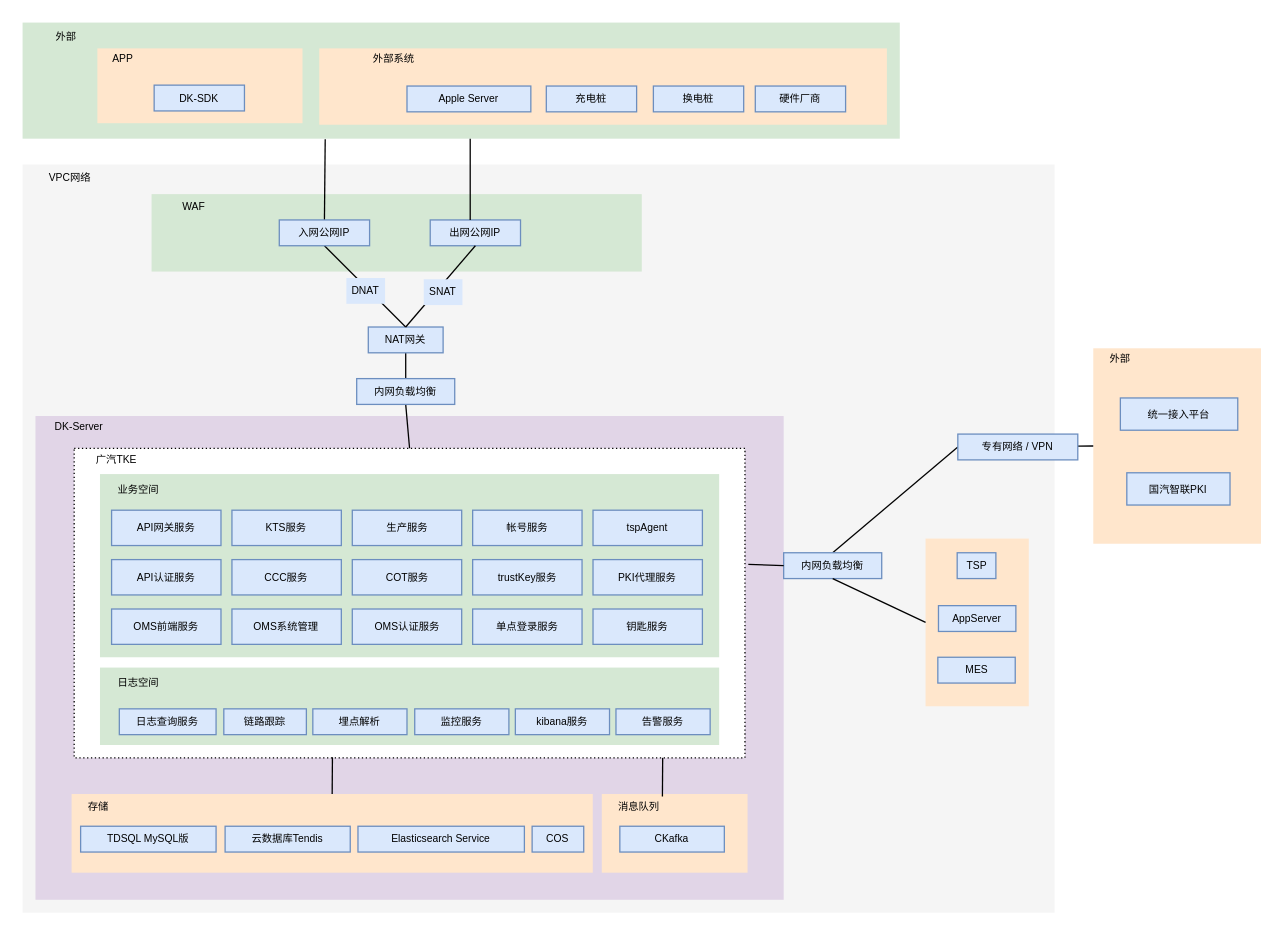
jianguocong/chart keeps this draw.io diagram as 未命名绘图.drawio. Above is the earlier version. Source tidied: cells renumbered, new cells numbered last; positions are measured from the earlier drawing's top-left corner, leaving out a move shared by most shapes. Both pictures are drawn from the tidied source at 129%, with x=0, y=0 at pixel (22, 22).
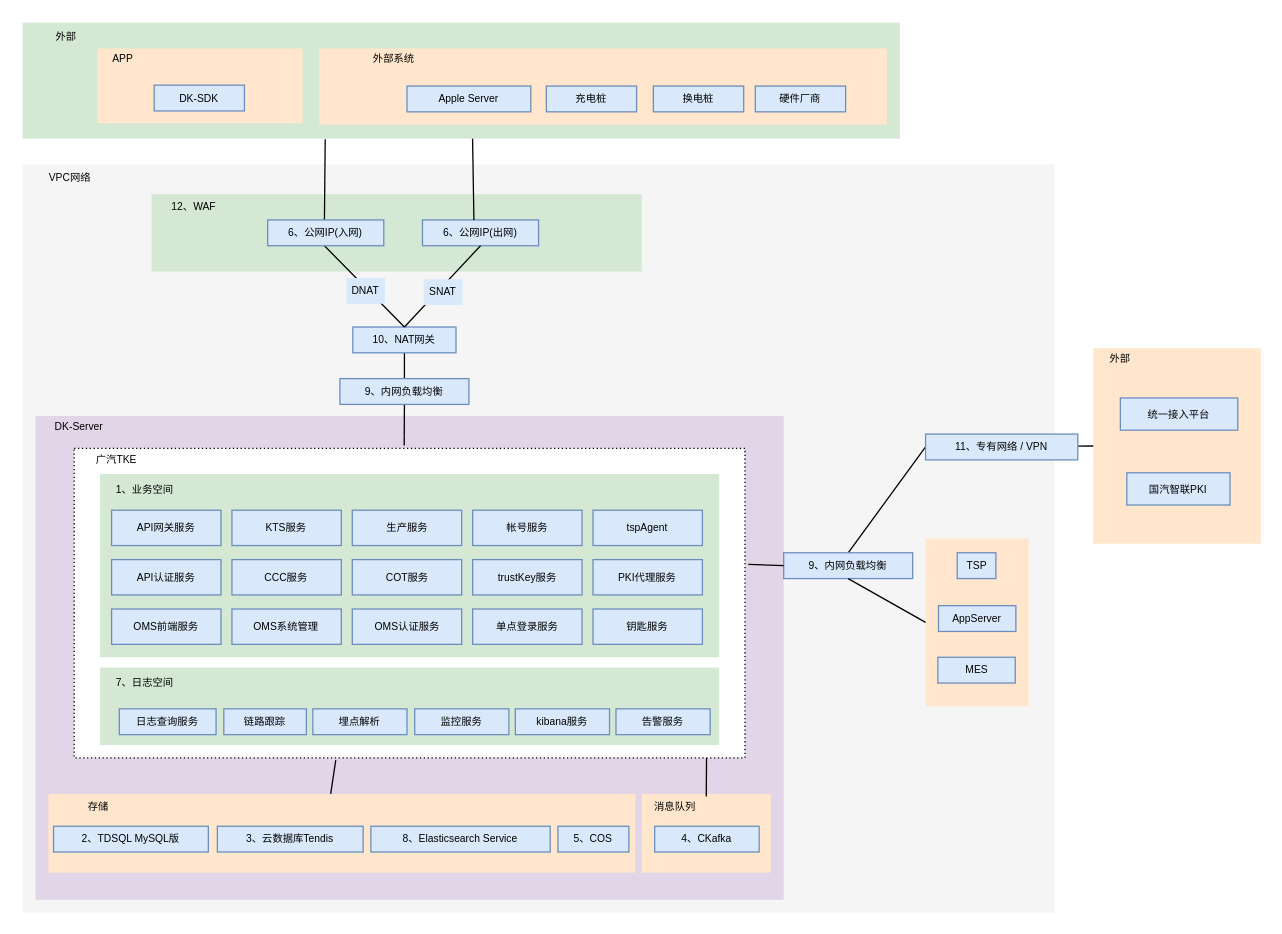
After the change.

Commit message:
更新未命名绘图.drawio

Unchanged cells that the change refers to:
```xml
<mxCell id="2" style="rounded=0;whiteSpace=wrap;html=1;fillColor=#d5e8d4;strokeColor=none;fontSize=8;" parent="1" vertex="1">
  <mxGeometry width="680" height="90" as="geometry" />
</mxCell>
<mxCell id="5" style="rounded=0;whiteSpace=wrap;html=1;dashed=1;dashPattern=1 2;fontSize=8;" parent="1" vertex="1">
  <mxGeometry x="40" y="330" width="520" height="240" as="geometry" />
</mxCell>
<mxCell id="49" style="group;" parent="1" vertex="1">
  <mxGeometry x="60" y="500" width="480" height="60" as="geometry" />
</mxCell>
```

Diff of the diagram source:
```diff
@@
     <mxCell id="7" style="rounded=0;whiteSpace=wrap;html=1;fillColor=#ffe6cc;strokeColor=none;fontSize=8;" parent="1" vertex="1">
-      <mxGeometry x="38" y="598" width="404" height="61" as="geometry" />
+      <mxGeometry x="20" y="598" width="455" height="61" as="geometry" />
     </mxCell>
@@
-    <mxCell id="11" value="业务空间" style="rounded=0;whiteSpace=wrap;html=1;fillColor=none;strokeColor=none;fontSize=8;" parent="1" vertex="1">
-      <mxGeometry x="60" y="352" width="60" height="20" as="geometry" />
+    <mxCell id="11" value="1、业务空间" style="rounded=0;whiteSpace=wrap;html=1;fillColor=none;strokeColor=none;fontSize=8;" parent="1" vertex="1">
+      <mxGeometry x="60" y="352" width="70" height="20" as="geometry" />
     </mxCell>
-    <mxCell id="12" style="endArrow=none;html=1;rounded=0;fontSize=8;entryX=0.5;entryY=0;entryDx=0;entryDy=0;exitX=0.5;exitY=1;exitDx=0;exitDy=0;" parent="1" edge="1" source="13" target="5">
+    <mxCell id="12" style="endArrow=none;html=1;rounded=0;fontSize=8;entryX=0.492;entryY=-0.009;entryDx=0;entryDy=0;exitX=0.5;exitY=1;exitDx=0;exitDy=0;entryPerimeter=0;" parent="1" edge="1" source="13" target="5">
       <mxGeometry relative="1" as="geometry" />
     </mxCell>
-    <mxCell id="13" value="内网负载均衡" style="rounded=0;whiteSpace=wrap;html=1;fillColor=#dae8fc;strokeColor=#6c8ebf;fontSize=8;" parent="1" vertex="1">
-      <mxGeometry x="259" y="276" width="76" height="20" as="geometry" />
+    <mxCell id="13" value="9、内网负载均衡" style="rounded=0;whiteSpace=wrap;html=1;fillColor=#dae8fc;strokeColor=#6c8ebf;fontSize=8;" parent="1" vertex="1">
+      <mxGeometry x="246" y="276" width="100" height="20" as="geometry" />
     </mxCell>
@@
-    <mxCell id="19" value="NAT网关" style="rounded=0;whiteSpace=wrap;html=1;fillColor=#dae8fc;strokeColor=#6c8ebf;fontSize=8;" parent="1" vertex="1">
-      <mxGeometry x="268" y="236" width="58" height="20" as="geometry" />
+    <mxCell id="19" value="10、NAT网关" style="rounded=0;whiteSpace=wrap;html=1;fillColor=#dae8fc;strokeColor=#6c8ebf;fontSize=8;" parent="1" vertex="1">
+      <mxGeometry x="256" y="236" width="80" height="20" as="geometry" />
     </mxCell>
@@
-    <mxCell id="22" value="出网公网IP" style="rounded=0;whiteSpace=wrap;html=1;fillColor=#dae8fc;strokeColor=#6c8ebf;fontSize=8;" parent="1" vertex="1">
-      <mxGeometry x="316" y="153" width="70" height="20" as="geometry" />
+    <mxCell id="22" value="6、公网IP(出网)" style="rounded=0;whiteSpace=wrap;html=1;fillColor=#dae8fc;strokeColor=#6c8ebf;fontSize=8;" parent="1" vertex="1">
+      <mxGeometry x="310" y="153" width="90" height="20" as="geometry" />
     </mxCell>
@@
-    <mxCell id="24" style="endArrow=none;html=1;rounded=0;entryX=0.443;entryY=0;entryDx=0;entryDy=0;entryPerimeter=0;fontSize=8;" parent="1" edge="1" target="22">
-      <mxGeometry relative="1" as="geometry">
-        <mxPoint x="347" y="90" as="sourcePoint" />
-      </mxGeometry>
+    <mxCell id="24" style="endArrow=none;html=1;rounded=0;entryX=0.443;entryY=0;entryDx=0;entryDy=0;entryPerimeter=0;fontSize=8;exitX=0.513;exitY=1;exitDx=0;exitDy=0;exitPerimeter=0;" parent="1" edge="1" source="2" target="22">
+      <mxGeometry relative="1" as="geometry" />
     </mxCell>
@@
-    <mxCell id="26" style="endArrow=none;html=1;rounded=0;fontSize=8;exitX=0.385;exitY=0.998;exitDx=0;exitDy=0;exitPerimeter=0;entryX=0.5;entryY=0;entryDx=0;entryDy=0;" parent="1" edge="1" source="5" target="7">
+    <mxCell id="26" style="endArrow=none;html=1;rounded=0;fontSize=8;exitX=0.39;exitY=1.007;exitDx=0;exitDy=0;exitPerimeter=0;entryX=0.481;entryY=-0.002;entryDx=0;entryDy=0;entryPerimeter=0;" parent="1" edge="1" source="5" target="7">
       <mxGeometry relative="1" as="geometry" />
     </mxCell>
@@
-    <mxCell id="28" value="Elasticsearch Service" style="rounded=0;whiteSpace=wrap;html=1;fillColor=#dae8fc;strokeColor=#6c8ebf;fontSize=8;" parent="1" vertex="1">
-      <mxGeometry x="260" y="623" width="129" height="20" as="geometry" />
+    <mxCell id="28" value="8、Elasticsearch Service" style="rounded=0;whiteSpace=wrap;html=1;fillColor=#dae8fc;strokeColor=#6c8ebf;fontSize=8;" parent="1" vertex="1">
+      <mxGeometry x="270" y="623" width="139" height="20" as="geometry" />
     </mxCell>
-    <mxCell id="29" value="TDSQL MySQL版" style="rounded=0;whiteSpace=wrap;html=1;fillColor=#dae8fc;strokeColor=#6c8ebf;fontSize=8;" parent="1" vertex="1">
-      <mxGeometry x="45" y="623" width="105" height="20" as="geometry" />
+    <mxCell id="29" value="2、TDSQL MySQL版" style="rounded=0;whiteSpace=wrap;html=1;fillColor=#dae8fc;strokeColor=#6c8ebf;fontSize=8;" parent="1" vertex="1">
+      <mxGeometry x="24" y="623" width="120" height="20" as="geometry" />
     </mxCell>
-    <mxCell id="30" value="云数据库Tendis" style="rounded=0;whiteSpace=wrap;html=1;fillColor=#dae8fc;strokeColor=#6c8ebf;fontSize=8;" parent="1" vertex="1">
-      <mxGeometry x="157" y="623" width="97" height="20" as="geometry" />
+    <mxCell id="30" value="3、云数据库Tendis" style="rounded=0;whiteSpace=wrap;html=1;fillColor=#dae8fc;strokeColor=#6c8ebf;fontSize=8;" parent="1" vertex="1">
+      <mxGeometry x="151" y="623" width="113" height="20" as="geometry" />
     </mxCell>
@@
-    <mxCell id="48" value="&lt;font style=&quot;font-size: 8px;&quot;&gt;WAF&lt;/font&gt;" style="rounded=0;whiteSpace=wrap;html=1;fillColor=none;strokeColor=none;fontSize=8;" parent="1" vertex="1">
+    <mxCell id="48" value="&lt;font style=&quot;font-size: 8px;&quot;&gt;12、WAF&lt;/font&gt;" style="rounded=0;whiteSpace=wrap;html=1;fillColor=none;strokeColor=none;fontSize=8;" parent="1" vertex="1">
       <mxGeometry x="100" y="133" width="66" height="20" as="geometry" />
     </mxCell>
@@
-    <mxCell id="52" value="日志空间" style="rounded=0;whiteSpace=wrap;html=1;strokeColor=none;fillColor=none;fontSize=8;" parent="49" vertex="1">
-      <mxGeometry y="2" width="60" height="20" as="geometry" />
+    <mxCell id="52" value="7、日志空间" style="rounded=0;whiteSpace=wrap;html=1;strokeColor=none;fillColor=none;fontSize=8;" parent="49" vertex="1">
+      <mxGeometry y="2" width="70" height="20" as="geometry" />
     </mxCell>
@@
-    <mxCell id="58" value="COS" style="rounded=0;whiteSpace=wrap;html=1;fillColor=#dae8fc;strokeColor=#6c8ebf;fontSize=8;" parent="1" vertex="1">
-      <mxGeometry x="395" y="623" width="40" height="20" as="geometry" />
+    <mxCell id="58" value="5、COS" style="rounded=0;whiteSpace=wrap;html=1;fillColor=#dae8fc;strokeColor=#6c8ebf;fontSize=8;" parent="1" vertex="1">
+      <mxGeometry x="415" y="623" width="55" height="20" as="geometry" />
     </mxCell>
     <mxCell id="59" style="rounded=0;whiteSpace=wrap;html=1;fillColor=#ffe6cc;strokeColor=none;fontSize=8;" parent="1" vertex="1">
-      <mxGeometry x="449" y="598" width="113" height="61" as="geometry" />
+      <mxGeometry x="480" y="598" width="100" height="61" as="geometry" />
     </mxCell>
-    <mxCell id="60" value="CKafka" style="rounded=0;whiteSpace=wrap;html=1;fillColor=#dae8fc;strokeColor=#6c8ebf;fontSize=8;" parent="1" vertex="1">
-      <mxGeometry x="463" y="623" width="81" height="20" as="geometry" />
+    <mxCell id="60" value="4、CKafka" style="rounded=0;whiteSpace=wrap;html=1;fillColor=#dae8fc;strokeColor=#6c8ebf;fontSize=8;" parent="1" vertex="1">
+      <mxGeometry x="490" y="623" width="81" height="20" as="geometry" />
     </mxCell>
     <mxCell id="61" value="消息队列" style="rounded=0;whiteSpace=wrap;html=1;strokeColor=none;fillColor=none;fontSize=8;" parent="1" vertex="1">
-      <mxGeometry x="445" y="598" width="66" height="20" as="geometry" />
+      <mxGeometry x="473" y="598" width="66" height="20" as="geometry" />
     </mxCell>
     <mxCell id="62" style="endArrow=none;html=1;rounded=0;fontSize=8;exitX=0.394;exitY=1;exitDx=0;exitDy=0;exitPerimeter=0;" parent="1" edge="1">
       <mxGeometry relative="1" as="geometry">
-        <mxPoint x="496.2" y="570" as="sourcePoint" />
-        <mxPoint x="496" y="600" as="targetPoint" />
+        <mxPoint x="530.2" y="570" as="sourcePoint" />
+        <mxPoint x="530" y="600" as="targetPoint" />
       </mxGeometry>
     </mxCell>
-    <mxCell id="63" value="入网公网IP" style="rounded=0;whiteSpace=wrap;html=1;fillColor=#dae8fc;strokeColor=#6c8ebf;fontSize=8;" parent="1" vertex="1">
-      <mxGeometry x="199" y="153" width="70" height="20" as="geometry" />
+    <mxCell id="63" value="6、公网IP(入网)" style="rounded=0;whiteSpace=wrap;html=1;fillColor=#dae8fc;strokeColor=#6c8ebf;fontSize=8;" parent="1" vertex="1">
+      <mxGeometry x="190" y="153" width="90" height="20" as="geometry" />
     </mxCell>
@@
-    <mxCell id="66" value="内网负载均衡" style="rounded=0;whiteSpace=wrap;html=1;fillColor=#dae8fc;strokeColor=#6c8ebf;fontSize=8;" parent="1" vertex="1">
-      <mxGeometry x="590" y="411" width="76" height="20" as="geometry" />
+    <mxCell id="66" value="9、内网负载均衡" style="rounded=0;whiteSpace=wrap;html=1;fillColor=#dae8fc;strokeColor=#6c8ebf;fontSize=8;" parent="1" vertex="1">
+      <mxGeometry x="590" y="411" width="100" height="20" as="geometry" />
     </mxCell>
@@
-    <mxCell id="85" value="专有网络 / VPN" style="rounded=0;whiteSpace=wrap;html=1;fillColor=#dae8fc;strokeColor=#6c8ebf;fontSize=8;" parent="1" vertex="1">
-      <mxGeometry x="725" y="319" width="93" height="20" as="geometry" />
+    <mxCell id="85" value="11、专有网络 / VPN" style="rounded=0;whiteSpace=wrap;html=1;fillColor=#dae8fc;strokeColor=#6c8ebf;fontSize=8;" parent="1" vertex="1">
+      <mxGeometry x="700" y="319" width="118" height="20" as="geometry" />
     </mxCell>
```
